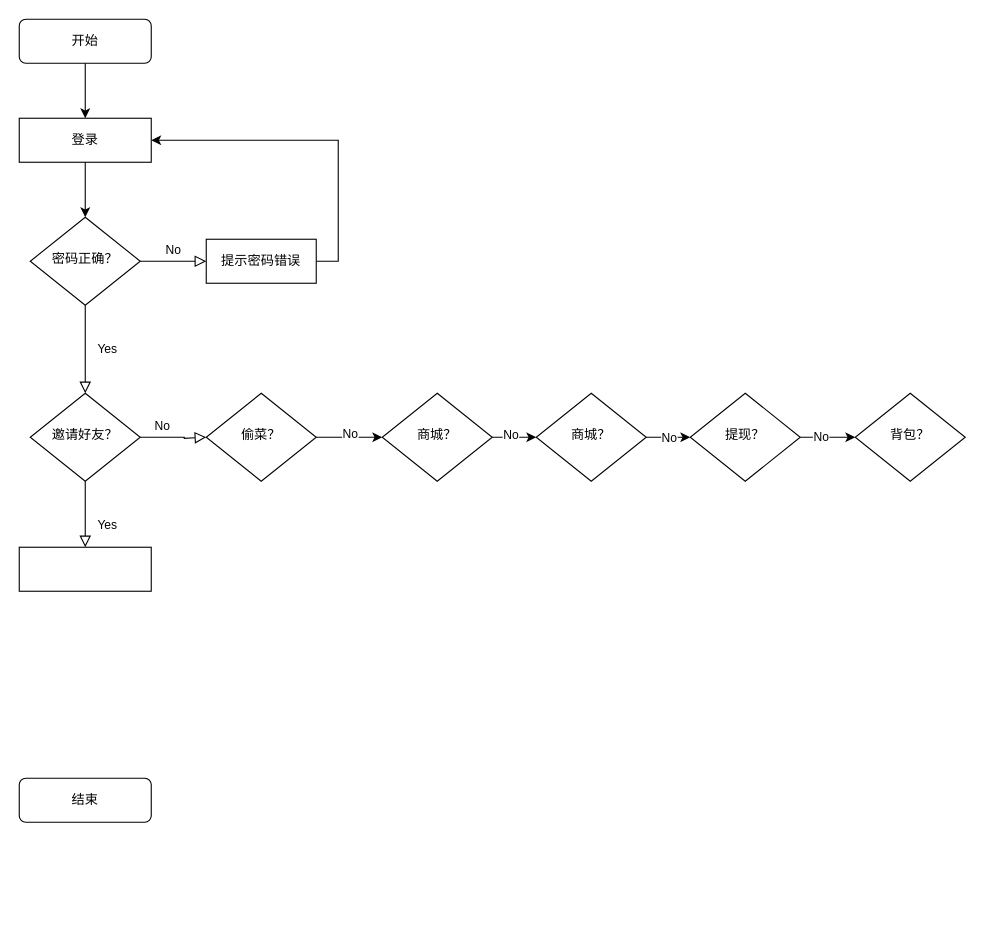
The draw.io diagram 启动流程图.drawio in wq0426/2captcha-php, before the edit. Source tidied: cells renumbered, new cells numbered last; positions are measured from the earlier drawing's top-left corner, leaving out a move shared by most shapes. Both pictures are drawn from the tidied source at 110%, with x=0, y=0 at pixel (19, 19).
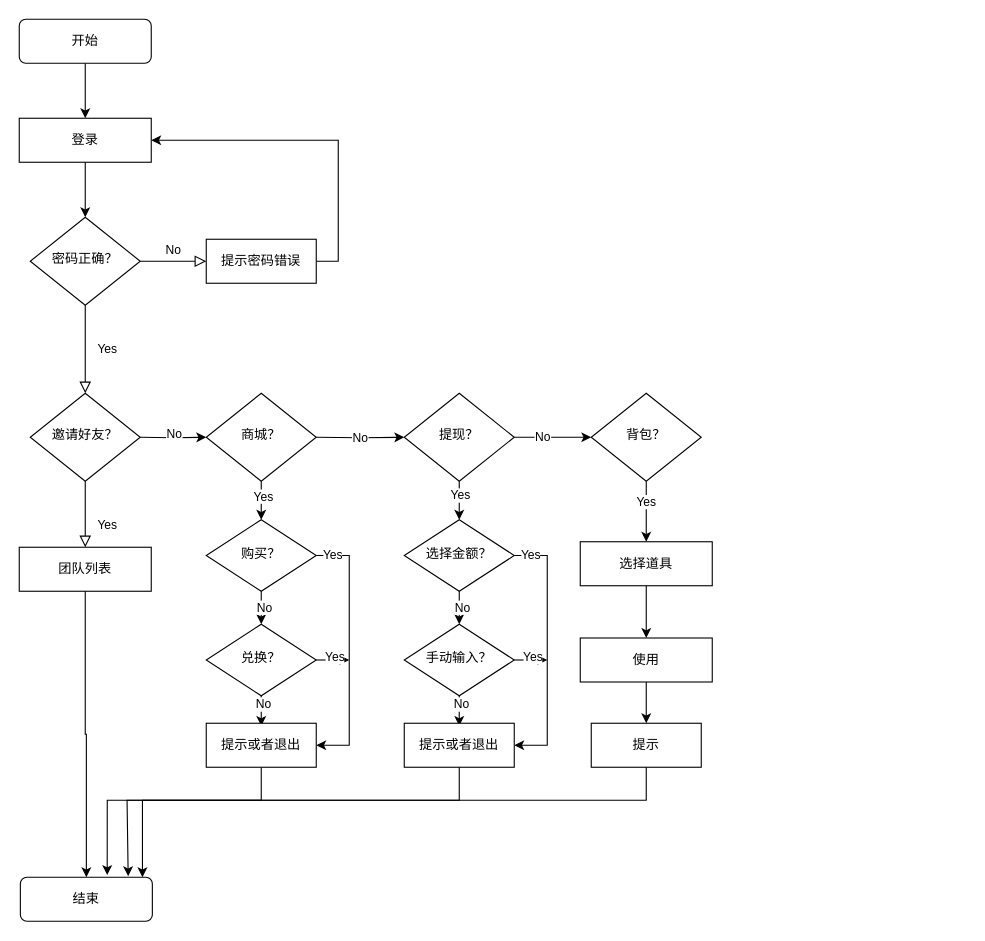
The same diagram, later.

Commit message (it also covers changes not shown here):
更新启动流程图.drawio

Unchanged cells that the change refers to:
```xml
<mxCell id="9" value="邀请好友？" style="rhombus;whiteSpace=wrap;html=1;shadow=0;fontFamily=Helvetica;fontSize=12;align=center;strokeWidth=1;spacing=6;spacingTop=-4;" parent="1" vertex="1">
  <mxGeometry x="10" y="340" width="100" height="80" as="geometry" />
</mxCell>
```

The edit, as a diff of the source:
```diff
@@
-    <mxCell id="8" value="No" style="edgeStyle=orthogonalEdgeStyle;rounded=0;html=1;jettySize=auto;fontSize=11;endArrow=block;endFill=0;endSize=8;strokeWidth=1;shadow=0;labelBackgroundColor=none;" parent="1" edge="1" source="9">
-      <mxGeometry x="-0.34" y="10" relative="1" as="geometry">
-        <mxPoint x="170" y="380" as="targetPoint" />
-        <Array as="points">
-          <mxPoint x="150" y="380" />
-          <mxPoint x="150" y="381" />
-        </Array>
-      </mxGeometry>
-    </mxCell>
@@
-    <mxCell id="14" style="edgeStyle=orthogonalEdgeStyle;rounded=0;jettySize=auto;html=1;entryX=0;entryY=0.5;entryDx=0;entryDy=0;" parent="1" edge="1" source="16" target="19">
-      <mxGeometry relative="1" as="geometry" />
+    <mxCell id="14" style="edgeStyle=orthogonalEdgeStyle;rounded=0;jettySize=auto;html=1;entryX=0;entryY=0.5;entryDx=0;entryDy=0;" parent="1" edge="1" target="19">
+      <mxGeometry relative="1" as="geometry">
+        <mxPoint x="110" y="380" as="sourcePoint" />
+      </mxGeometry>
     </mxCell>
@@
-    <mxCell id="16" value="偷菜？" style="rhombus;whiteSpace=wrap;html=1;shadow=0;fontFamily=Helvetica;fontSize=12;align=center;strokeWidth=1;spacing=6;spacingTop=-4;" parent="1" vertex="1">
-      <mxGeometry x="170" y="340" width="100" height="80" as="geometry" />
-    </mxCell>
-    <mxCell id="17" style="edgeStyle=orthogonalEdgeStyle;rounded=0;jettySize=auto;html=1;entryX=0;entryY=0.5;entryDx=0;entryDy=0;" parent="1" edge="1" source="19" target="22">
-      <mxGeometry relative="1" as="geometry" />
-    </mxCell>
-    <mxCell id="18" value="No" style="edgeLabel;html=1;align=center;verticalAlign=middle;" parent="17" vertex="1">
-      <mxGeometry x="-0.2" y="3" relative="1" as="geometry" />
-    </mxCell>
+    <mxCell id="29" style="edgeStyle=orthogonalEdgeStyle;rounded=0;jettySize=auto;html=1;entryX=0.5;entryY=0;entryDx=0;entryDy=0;" parent="1" edge="1" source="19" target="40">
+      <mxGeometry relative="1" as="geometry" />
+    </mxCell>
+    <mxCell id="30" value="Yes" style="edgeLabel;html=1;align=center;verticalAlign=middle;" parent="29" vertex="1">
+      <mxGeometry x="-0.42" y="1" relative="1" as="geometry" />
+    </mxCell>
     <mxCell id="19" value="商城？" style="rhombus;whiteSpace=wrap;html=1;shadow=0;fontFamily=Helvetica;fontSize=12;align=center;strokeWidth=1;spacing=6;spacingTop=-4;" parent="1" vertex="1">
-      <mxGeometry x="330" y="340" width="100" height="80" as="geometry" />
+      <mxGeometry x="170" y="340" width="100" height="80" as="geometry" />
     </mxCell>
-    <mxCell id="20" style="edgeStyle=orthogonalEdgeStyle;rounded=0;jettySize=auto;html=1;entryX=0;entryY=0.5;entryDx=0;entryDy=0;" parent="1" edge="1" source="22" target="25">
-      <mxGeometry relative="1" as="geometry" />
+    <mxCell id="20" style="edgeStyle=orthogonalEdgeStyle;rounded=0;jettySize=auto;html=1;entryX=0;entryY=0.5;entryDx=0;entryDy=0;" parent="1" edge="1" target="25">
+      <mxGeometry relative="1" as="geometry">
+        <mxPoint x="270" y="380" as="sourcePoint" />
+      </mxGeometry>
     </mxCell>
@@
-    <mxCell id="22" value="商城？" style="rhombus;whiteSpace=wrap;html=1;shadow=0;fontFamily=Helvetica;fontSize=12;align=center;strokeWidth=1;spacing=6;spacingTop=-4;" parent="1" vertex="1">
-      <mxGeometry x="470" y="340" width="100" height="80" as="geometry" />
-    </mxCell>
@@
+    <mxCell id="31" style="edgeStyle=orthogonalEdgeStyle;rounded=0;jettySize=auto;html=1;entryX=0.5;entryY=0;entryDx=0;entryDy=0;" parent="1" edge="1" source="25" target="52">
+      <mxGeometry relative="1" as="geometry" />
+    </mxCell>
+    <mxCell id="32" value="Yes" style="edgeLabel;html=1;align=center;verticalAlign=middle;" parent="31" vertex="1">
+      <mxGeometry x="-0.47" relative="1" as="geometry" />
+    </mxCell>
     <mxCell id="25" value="提现？" style="rhombus;whiteSpace=wrap;html=1;shadow=0;fontFamily=Helvetica;fontSize=12;align=center;strokeWidth=1;spacing=6;spacingTop=-4;" parent="1" vertex="1">
-      <mxGeometry x="610" y="340" width="100" height="80" as="geometry" />
+      <mxGeometry x="350" y="340" width="100" height="80" as="geometry" />
     </mxCell>
+    <mxCell id="33" style="edgeStyle=orthogonalEdgeStyle;rounded=0;jettySize=auto;html=1;entryX=0.5;entryY=0;entryDx=0;entryDy=0;" parent="1" edge="1" source="26" target="61">
+      <mxGeometry relative="1" as="geometry" />
+    </mxCell>
+    <mxCell id="34" value="Yes" style="edgeLabel;html=1;align=center;verticalAlign=middle;" parent="33" vertex="1">
+      <mxGeometry x="-0.35" y="-1" relative="1" as="geometry" />
+    </mxCell>
     <mxCell id="26" value="背包？" style="rhombus;whiteSpace=wrap;html=1;shadow=0;fontFamily=Helvetica;fontSize=12;align=center;strokeWidth=1;spacing=6;spacingTop=-4;" parent="1" vertex="1">
-      <mxGeometry x="760" y="340" width="100" height="80" as="geometry" />
+      <mxGeometry x="520" y="340" width="100" height="80" as="geometry" />
     </mxCell>
     <mxCell id="27" value="结束" style="rounded=1;whiteSpace=wrap;html=1;" parent="1" vertex="1">
-      <mxGeometry y="690" width="120" height="40" as="geometry" />
+      <mxGeometry x="1" y="780" width="120" height="40" as="geometry" />
     </mxCell>
-    <mxCell id="28" style="rounded=0;whiteSpace=wrap;html=1;" parent="1" vertex="1">
+    <mxCell id="28" value="团队列表" style="rounded=0;whiteSpace=wrap;html=1;" parent="1" vertex="1">
       <mxGeometry y="480" width="120" height="40" as="geometry" />
     </mxCell>
+    <mxCell id="35" style="edgeStyle=orthogonalEdgeStyle;rounded=0;jettySize=auto;html=1;exitX=0.5;exitY=1;exitDx=0;exitDy=0;" parent="1" edge="1" source="28" target="27">
+      <mxGeometry relative="1" as="geometry" />
+    </mxCell>
+    <mxCell id="36" style="edgeStyle=orthogonalEdgeStyle;rounded=0;jettySize=auto;html=1;" parent="1" edge="1" source="40" target="45">
+      <mxGeometry relative="1" as="geometry" />
+    </mxCell>
+    <mxCell id="37" value="No" style="edgeLabel;html=1;align=center;verticalAlign=middle;" parent="36" vertex="1">
+      <mxGeometry x="0.36" y="2" relative="1" as="geometry" />
+    </mxCell>
+    <mxCell id="38" style="edgeStyle=orthogonalEdgeStyle;rounded=0;jettySize=auto;html=1;entryX=1;entryY=0.5;entryDx=0;entryDy=0;" parent="1" edge="1" source="40" target="47">
+      <mxGeometry relative="1" as="geometry">
+        <Array as="points">
+          <mxPoint x="300" y="487.5" />
+          <mxPoint x="300" y="660" />
+        </Array>
+      </mxGeometry>
+    </mxCell>
+    <mxCell id="39" value="Yes" style="edgeLabel;html=1;align=center;verticalAlign=middle;" parent="38" vertex="1">
+      <mxGeometry x="-0.88" y="2" relative="1" as="geometry">
+        <mxPoint y="1" as="offset" />
+      </mxGeometry>
+    </mxCell>
+    <mxCell id="40" value="购买？" style="rhombus;whiteSpace=wrap;html=1;shadow=0;fontFamily=Helvetica;fontSize=12;align=center;strokeWidth=1;spacing=6;spacingTop=-4;" parent="1" vertex="1">
+      <mxGeometry x="170" y="455" width="100" height="65" as="geometry" />
+    </mxCell>
+    <mxCell id="41" style="edgeStyle=orthogonalEdgeStyle;rounded=0;jettySize=auto;html=1;entryX=0.5;entryY=0;entryDx=0;entryDy=0;" parent="1" edge="1" source="45">
+      <mxGeometry relative="1" as="geometry">
+        <mxPoint x="220" y="642.5" as="targetPoint" />
+      </mxGeometry>
+    </mxCell>
+    <mxCell id="42" value="No" style="edgeLabel;html=1;align=center;verticalAlign=middle;" parent="41" vertex="1">
+      <mxGeometry x="-0.64" y="1" relative="1" as="geometry">
+        <mxPoint y="2" as="offset" />
+      </mxGeometry>
+    </mxCell>
+    <mxCell id="43" style="edgeStyle=orthogonalEdgeStyle;rounded=0;jettySize=auto;html=1;" parent="1" edge="1" source="45">
+      <mxGeometry relative="1" as="geometry">
+        <mxPoint x="300" y="582.5" as="targetPoint" />
+      </mxGeometry>
+    </mxCell>
+    <mxCell id="44" value="Yes" style="edgeLabel;html=1;align=center;verticalAlign=middle;" parent="43" vertex="1">
+      <mxGeometry x="-0.15" y="3" relative="1" as="geometry">
+        <mxPoint x="3" as="offset" />
+      </mxGeometry>
+    </mxCell>
+    <mxCell id="45" value="兑换？" style="rhombus;whiteSpace=wrap;html=1;shadow=0;fontFamily=Helvetica;fontSize=12;align=center;strokeWidth=1;spacing=6;spacingTop=-4;" parent="1" vertex="1">
+      <mxGeometry x="170" y="550" width="100" height="65" as="geometry" />
+    </mxCell>
+    <mxCell id="46" style="edgeStyle=orthogonalEdgeStyle;rounded=0;jettySize=auto;html=1;entryX=0.658;entryY=-0.05;entryDx=0;entryDy=0;entryPerimeter=0;" parent="1" edge="1" source="47" target="27">
+      <mxGeometry relative="1" as="geometry">
+        <Array as="points">
+          <mxPoint x="220" y="710" />
+          <mxPoint x="80" y="710" />
+        </Array>
+      </mxGeometry>
+    </mxCell>
+    <mxCell id="47" value="提示或者退出" style="rounded=0;whiteSpace=wrap;html=1;" parent="1" vertex="1">
+      <mxGeometry x="170" y="640" width="100" height="40" as="geometry" />
+    </mxCell>
+    <mxCell id="48" style="edgeStyle=orthogonalEdgeStyle;rounded=0;jettySize=auto;html=1;" parent="1" edge="1" source="52" target="57">
+      <mxGeometry relative="1" as="geometry" />
+    </mxCell>
+    <mxCell id="49" value="No" style="edgeLabel;html=1;align=center;verticalAlign=middle;" parent="48" vertex="1">
+      <mxGeometry x="0.36" y="2" relative="1" as="geometry" />
+    </mxCell>
+    <mxCell id="50" style="edgeStyle=orthogonalEdgeStyle;rounded=0;jettySize=auto;html=1;entryX=1;entryY=0.5;entryDx=0;entryDy=0;" parent="1" edge="1" source="52" target="58">
+      <mxGeometry relative="1" as="geometry">
+        <Array as="points">
+          <mxPoint x="480" y="487.5" />
+          <mxPoint x="480" y="660" />
+        </Array>
+      </mxGeometry>
+    </mxCell>
+    <mxCell id="51" value="Yes" style="edgeLabel;html=1;align=center;verticalAlign=middle;" parent="50" vertex="1">
+      <mxGeometry x="-0.88" y="2" relative="1" as="geometry">
+        <mxPoint y="1" as="offset" />
+      </mxGeometry>
+    </mxCell>
+    <mxCell id="52" value="选择金额？" style="rhombus;whiteSpace=wrap;html=1;shadow=0;fontFamily=Helvetica;fontSize=12;align=center;strokeWidth=1;spacing=6;spacingTop=-4;" parent="1" vertex="1">
+      <mxGeometry x="350" y="455" width="100" height="65" as="geometry" />
+    </mxCell>
+    <mxCell id="53" style="edgeStyle=orthogonalEdgeStyle;rounded=0;jettySize=auto;html=1;entryX=0.5;entryY=0;entryDx=0;entryDy=0;" parent="1" edge="1" source="57">
+      <mxGeometry relative="1" as="geometry">
+        <mxPoint x="400" y="642.5" as="targetPoint" />
+      </mxGeometry>
+    </mxCell>
+    <mxCell id="54" value="No" style="edgeLabel;html=1;align=center;verticalAlign=middle;" parent="53" vertex="1">
+      <mxGeometry x="-0.64" y="1" relative="1" as="geometry">
+        <mxPoint y="2" as="offset" />
+      </mxGeometry>
+    </mxCell>
+    <mxCell id="55" style="edgeStyle=orthogonalEdgeStyle;rounded=0;jettySize=auto;html=1;" parent="1" edge="1" source="57">
+      <mxGeometry relative="1" as="geometry">
+        <mxPoint x="480" y="582.5" as="targetPoint" />
+      </mxGeometry>
+    </mxCell>
+    <mxCell id="56" value="Yes" style="edgeLabel;html=1;align=center;verticalAlign=middle;" parent="55" vertex="1">
+      <mxGeometry x="-0.15" y="3" relative="1" as="geometry">
+        <mxPoint x="3" as="offset" />
+      </mxGeometry>
+    </mxCell>
+    <mxCell id="57" value="手动输入？" style="rhombus;whiteSpace=wrap;html=1;shadow=0;fontFamily=Helvetica;fontSize=12;align=center;strokeWidth=1;spacing=6;spacingTop=-4;" parent="1" vertex="1">
+      <mxGeometry x="350" y="550" width="100" height="65" as="geometry" />
+    </mxCell>
+    <mxCell id="58" value="提示或者退出" style="rounded=0;whiteSpace=wrap;html=1;" parent="1" vertex="1">
+      <mxGeometry x="350" y="640" width="100" height="40" as="geometry" />
+    </mxCell>
+    <mxCell id="59" style="edgeStyle=orthogonalEdgeStyle;rounded=0;jettySize=auto;html=1;entryX=0.817;entryY=-0.025;entryDx=0;entryDy=0;entryPerimeter=0;" parent="1" edge="1" source="58" target="27">
+      <mxGeometry relative="1" as="geometry">
+        <Array as="points">
+          <mxPoint x="400" y="710" />
+          <mxPoint x="98" y="710" />
+        </Array>
+      </mxGeometry>
+    </mxCell>
+    <mxCell id="60" style="edgeStyle=orthogonalEdgeStyle;rounded=0;jettySize=auto;html=1;entryX=0.5;entryY=0;entryDx=0;entryDy=0;" parent="1" edge="1" source="61" target="63">
+      <mxGeometry relative="1" as="geometry" />
+    </mxCell>
+    <mxCell id="61" value="选择道具" style="rounded=0;whiteSpace=wrap;html=1;" parent="1" vertex="1">
+      <mxGeometry x="510" y="475" width="120" height="40" as="geometry" />
+    </mxCell>
+    <mxCell id="62" style="edgeStyle=orthogonalEdgeStyle;rounded=0;jettySize=auto;html=1;entryX=0.5;entryY=0;entryDx=0;entryDy=0;" parent="1" edge="1" source="63" target="64">
+      <mxGeometry relative="1" as="geometry" />
+    </mxCell>
+    <mxCell id="63" value="使用" style="rounded=0;whiteSpace=wrap;html=1;" parent="1" vertex="1">
+      <mxGeometry x="510" y="562.5" width="120" height="40" as="geometry" />
+    </mxCell>
+    <mxCell id="64" value="提示" style="rounded=0;whiteSpace=wrap;html=1;" parent="1" vertex="1">
+      <mxGeometry x="520" y="640" width="100" height="40" as="geometry" />
+    </mxCell>
+    <mxCell id="65" style="edgeStyle=orthogonalEdgeStyle;rounded=0;jettySize=auto;html=1;" parent="1" edge="1" source="64">
+      <mxGeometry relative="1" as="geometry">
+        <mxPoint x="112" y="780" as="targetPoint" />
+        <Array as="points">
+          <mxPoint x="570" y="710" />
+          <mxPoint x="112" y="710" />
+        </Array>
+      </mxGeometry>
+    </mxCell>
```
